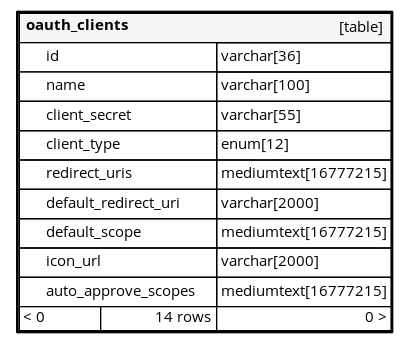
Earlier version of the Graphviz export diagrams/orphans/oauth_clients.1degree.png (FAForever/db). Its source is kept beside it as diagrams/orphans/oauth_clients.1degree.dot.
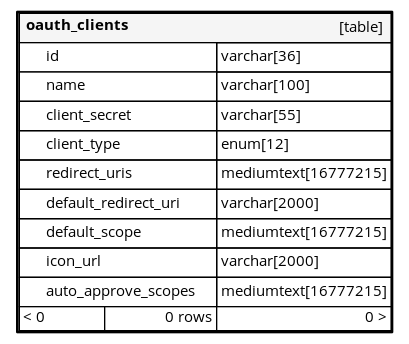
After the commit.

Change to the diagram source:
```diff
@@ -29,7 +29,7 @@
       <TR><TD PORT="default_scope" COLSPAN="2" ALIGN="LEFT"><TABLE BORDER="0" CELLSPACING="0" ALIGN="LEFT"><TR ALIGN="LEFT"><TD ALIGN="LEFT" FIXEDSIZE="TRUE" WIDTH="15" HEIGHT="16"></TD><TD ALIGN="LEFT" FIXEDSIZE="TRUE" WIDTH="127" HEIGHT="16">default_scope</TD></TR></TABLE></TD><TD PORT="default_scope.type" ALIGN="LEFT">mediumtext[16777215]</TD></TR>
       <TR><TD PORT="icon_url" COLSPAN="2" ALIGN="LEFT"><TABLE BORDER="0" CELLSPACING="0" ALIGN="LEFT"><TR ALIGN="LEFT"><TD ALIGN="LEFT" FIXEDSIZE="TRUE" WIDTH="15" HEIGHT="16"></TD><TD ALIGN="LEFT" FIXEDSIZE="TRUE" WIDTH="127" HEIGHT="16">icon_url</TD></TR></TABLE></TD><TD PORT="icon_url.type" ALIGN="LEFT">varchar[2000]</TD></TR>
       <TR><TD PORT="auto_approve_scopes" COLSPAN="2" ALIGN="LEFT"><TABLE BORDER="0" CELLSPACING="0" ALIGN="LEFT"><TR ALIGN="LEFT"><TD ALIGN="LEFT" FIXEDSIZE="TRUE" WIDTH="15" HEIGHT="16"></TD><TD ALIGN="LEFT" FIXEDSIZE="TRUE" WIDTH="127" HEIGHT="16">auto_approve_scopes</TD></TR></TABLE></TD><TD PORT="auto_approve_scopes.type" ALIGN="LEFT">mediumtext[16777215]</TD></TR>
-      <TR><TD ALIGN="LEFT" BGCOLOR="#ffffff">&lt; 0</TD><TD ALIGN="RIGHT" BGCOLOR="#ffffff">14 rows</TD><TD ALIGN="RIGHT" BGCOLOR="#ffffff">0 &gt;</TD></TR>
+      <TR><TD ALIGN="LEFT" BGCOLOR="#ffffff">&lt; 0</TD><TD ALIGN="RIGHT" BGCOLOR="#ffffff">0 rows</TD><TD ALIGN="RIGHT" BGCOLOR="#ffffff">0 &gt;</TD></TR>
     </TABLE>>
     URL="tables/oauth_clients.html"
     target="_top"
```
